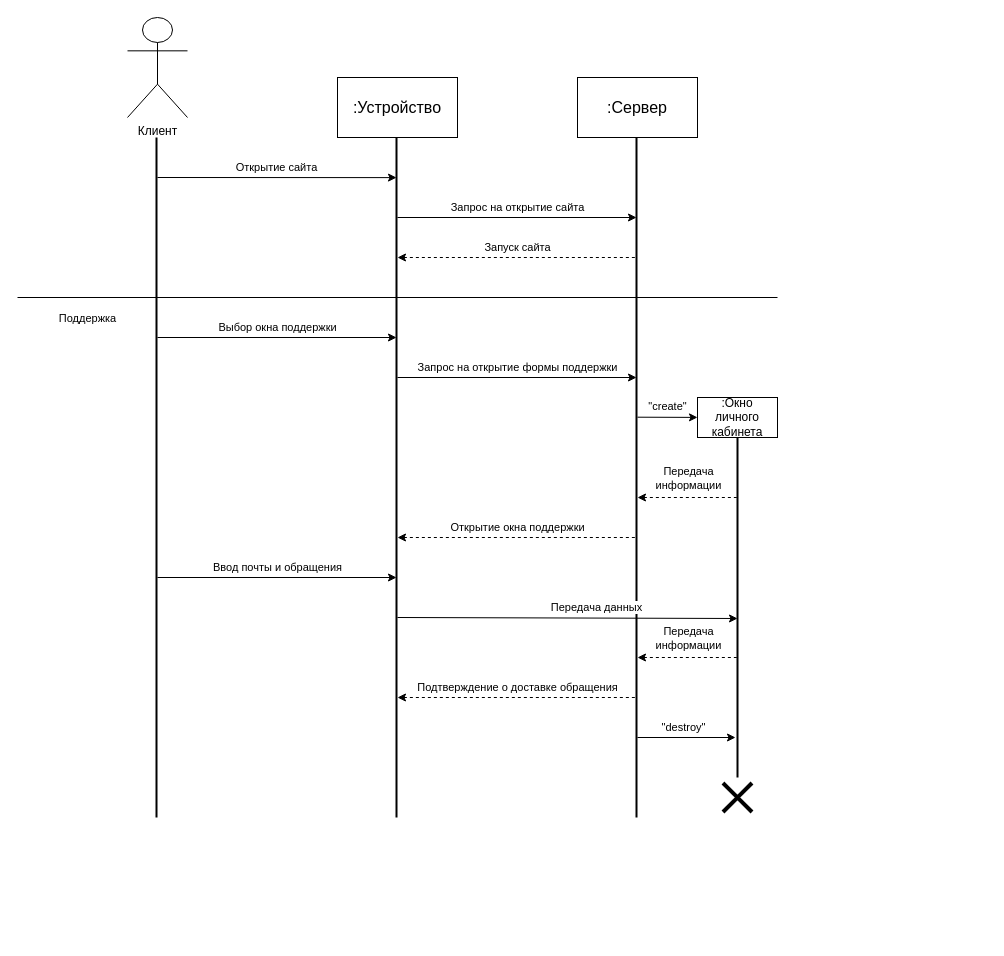
Above: page "SequenceSupport" (13 of 15) of Диаграммы/ДиграммыТЗ.drawio in bosonhiiggs/Music-Trainee (draw.io), before the change. Source tidied: cells renumbered, new cells numbered last; positions are measured from the earlier drawing's top-left corner, leaving out a move shared by most shapes. Both pictures are drawn from the tidied source at 100%, with x=0, y=0 at pixel (17, 17).
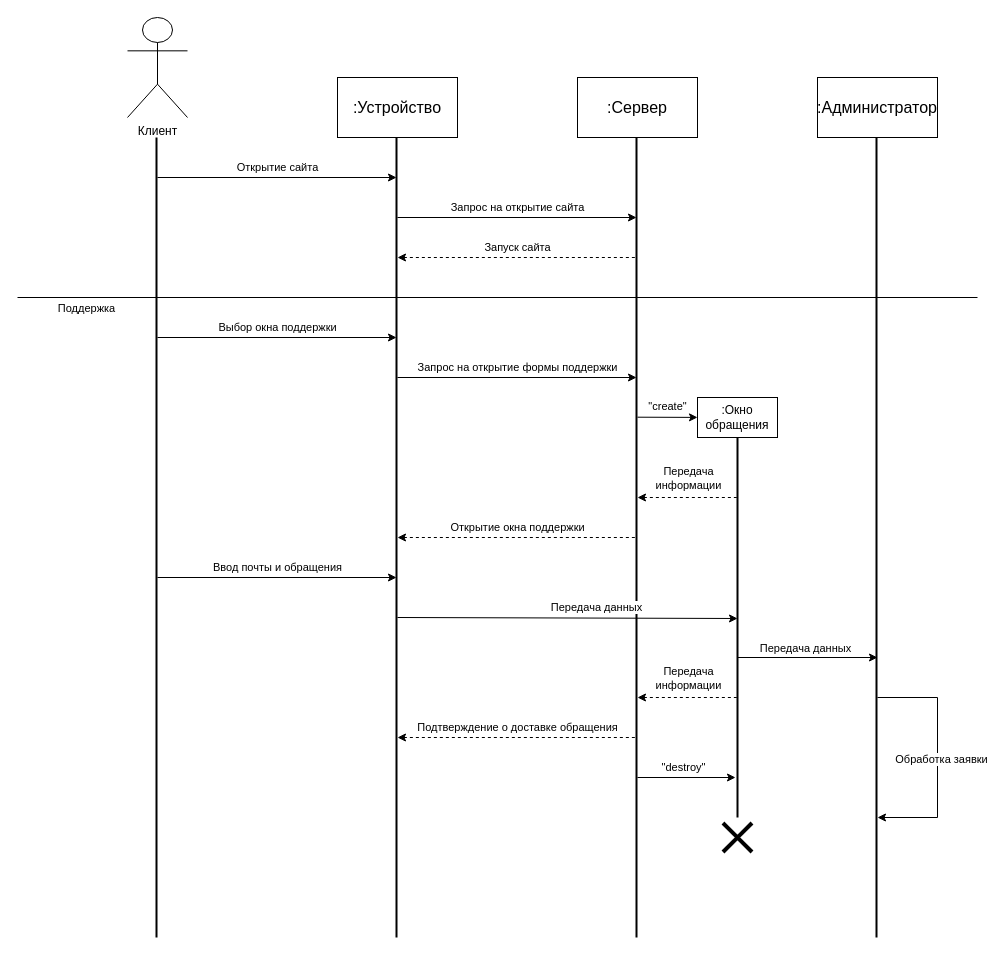
The same page after the edit.

Change to the diagram source:
```diff
@@
     <mxCell id="5" style="line;strokeWidth=2;direction=south;html=1;" parent="1" vertex="1">
-      <mxGeometry x="130" y="120" width="18" height="680" as="geometry" />
+      <mxGeometry x="130" y="120" width="18" height="800" as="geometry" />
     </mxCell>
     <mxCell id="6" style="line;strokeWidth=2;direction=south;html=1;" parent="1" vertex="1">
-      <mxGeometry x="370" y="120" width="18" height="680" as="geometry" />
+      <mxGeometry x="370" y="120" width="18" height="800" as="geometry" />
     </mxCell>
     <mxCell id="7" style="line;strokeWidth=2;direction=south;html=1;" parent="1" vertex="1">
-      <mxGeometry x="610" y="120" width="18" height="680" as="geometry" />
+      <mxGeometry x="610" y="120" width="18" height="800" as="geometry" />
     </mxCell>
-    <mxCell id="8" style="endArrow=classic;html=1;rounded=0;entryX=0.059;entryY=0.5;entryDx=0;entryDy=0;entryPerimeter=0;" parent="1" edge="1" target="6">
+    <mxCell id="8" style="endArrow=classic;html=1;rounded=0;entryX=0.05;entryY=0.5;entryDx=0;entryDy=0;entryPerimeter=0;" parent="1" edge="1" target="6">
       <mxGeometry relative="1" as="geometry">
         <mxPoint x="140" y="160" as="sourcePoint" />
       </mxGeometry>
     </mxCell>
@@
     <mxCell id="14" style="endArrow=none;html=1;rounded=0;" parent="1" edge="1">
       <mxGeometry relative="1" as="geometry">
         <mxPoint y="280" as="sourcePoint" />
-        <mxPoint x="760" y="280" as="targetPoint" />
+        <mxPoint x="960" y="280" as="targetPoint" />
       </mxGeometry>
     </mxCell>
     <mxCell id="15" value="Поддержка" style="edgeLabel;html=1;align=center;verticalAlign=middle;" parent="14" vertex="1">
       <mxGeometry x="-0.79" y="-3" relative="1" as="geometry">
-        <mxPoint x="-11" y="17" as="offset" />
+        <mxPoint x="-33" y="7" as="offset" />
       </mxGeometry>
     </mxCell>
@@
-    <mxCell id="20" value="&lt;font style=&quot;font-size: 12px;&quot;&gt;:Окно личного кабинета&lt;/font&gt;" style="rounded=0;whiteSpace=wrap;html=1;" parent="1" vertex="1">
+    <mxCell id="20" value="&lt;font style=&quot;font-size: 12px;&quot;&gt;:Окно обращения&lt;/font&gt;" style="rounded=0;whiteSpace=wrap;html=1;" parent="1" vertex="1">
       <mxGeometry x="680" y="380" width="80" height="40" as="geometry" />
     </mxCell>
@@
     <mxCell id="23" style="line;strokeWidth=2;direction=south;html=1;" parent="1" vertex="1">
-      <mxGeometry x="710" y="420" width="20" height="340" as="geometry" />
+      <mxGeometry x="710" y="420" width="20" height="380" as="geometry" />
     </mxCell>
@@
     <mxCell id="32" style="endArrow=none;html=1;rounded=0;entryX=0.05;entryY=0.536;entryDx=0;entryDy=0;entryPerimeter=0;endFill=0;startArrow=classic;startFill=1;dashed=1;" parent="1" edge="1">
       <mxGeometry relative="1" as="geometry">
-        <mxPoint x="620" y="640" as="sourcePoint" />
-        <mxPoint x="719.3" y="640" as="targetPoint" />
+        <mxPoint x="620" y="680" as="sourcePoint" />
+        <mxPoint x="719.3" y="680" as="targetPoint" />
       </mxGeometry>
     </mxCell>
@@
     <mxCell id="34" style="endArrow=none;html=1;rounded=0;exitX=0.03;exitY=0.46;exitDx=0;exitDy=0;exitPerimeter=0;entryX=0.03;entryY=0.507;entryDx=0;entryDy=0;entryPerimeter=0;endFill=0;dashed=1;startArrow=classic;startFill=1;" parent="1" edge="1">
       <mxGeometry relative="1" as="geometry">
-        <mxPoint x="380" y="680" as="sourcePoint" />
-        <mxPoint x="619" y="680" as="targetPoint" />
+        <mxPoint x="380" y="720" as="sourcePoint" />
+        <mxPoint x="619" y="720" as="targetPoint" />
       </mxGeometry>
     </mxCell>
@@
     <mxCell id="36" style="endArrow=classic;html=1;rounded=0;exitX=0.03;exitY=0.46;exitDx=0;exitDy=0;exitPerimeter=0;entryX=0.895;entryY=0.583;entryDx=0;entryDy=0;entryPerimeter=0;" parent="1" edge="1">
       <mxGeometry relative="1" as="geometry">
-        <mxPoint x="620" y="720" as="sourcePoint" />
-        <mxPoint x="718" y="720" as="targetPoint" />
+        <mxPoint x="620" y="760" as="sourcePoint" />
+        <mxPoint x="718" y="760" as="targetPoint" />
       </mxGeometry>
     </mxCell>
@@
     <mxCell id="38" style="shape=cross;whiteSpace=wrap;html=1;rotation=45;size=0.0757614408414213;fillColor=#000000;" parent="1" vertex="1">
-      <mxGeometry x="700" y="760" width="40" height="40" as="geometry" />
+      <mxGeometry x="700" y="800" width="40" height="40" as="geometry" />
     </mxCell>
+    <mxCell id="39" value="&lt;font style=&quot;font-size: 16px;&quot;&gt;:Администратор&lt;/font&gt;" style="rounded=0;whiteSpace=wrap;html=1;" parent="1" vertex="1">
+      <mxGeometry x="800" y="60" width="120" height="60" as="geometry" />
+    </mxCell>
+    <mxCell id="40" style="line;strokeWidth=2;direction=south;html=1;" parent="1" vertex="1">
+      <mxGeometry x="850" y="120" width="18" height="800" as="geometry" />
+    </mxCell>
+    <mxCell id="41" style="endArrow=classic;html=1;rounded=0;" parent="1" edge="1">
+      <mxGeometry relative="1" as="geometry">
+        <mxPoint x="720" y="640" as="sourcePoint" />
+        <mxPoint x="860" y="640" as="targetPoint" />
+      </mxGeometry>
+    </mxCell>
+    <mxCell id="42" value="Передача данных" style="edgeLabel;html=1;align=center;verticalAlign=middle;" parent="41" vertex="1">
+      <mxGeometry x="-0.12" y="1" relative="1" as="geometry">
+        <mxPoint x="5" y="-9" as="offset" />
+      </mxGeometry>
+    </mxCell>
+    <mxCell id="43" style="endArrow=classic;html=1;rounded=0;" parent="1" edge="1">
+      <mxGeometry relative="1" as="geometry">
+        <mxPoint x="860" y="680" as="sourcePoint" />
+        <mxPoint x="860" y="800" as="targetPoint" />
+        <Array as="points">
+          <mxPoint x="920" y="680" />
+          <mxPoint x="920" y="800" />
+        </Array>
+      </mxGeometry>
+    </mxCell>
+    <mxCell id="44" value="Обработка заявки" style="edgeLabel;html=1;align=center;verticalAlign=middle;" parent="43" vertex="1">
+      <mxGeometry x="0.01" y="3" relative="1" as="geometry" />
+    </mxCell>
```
